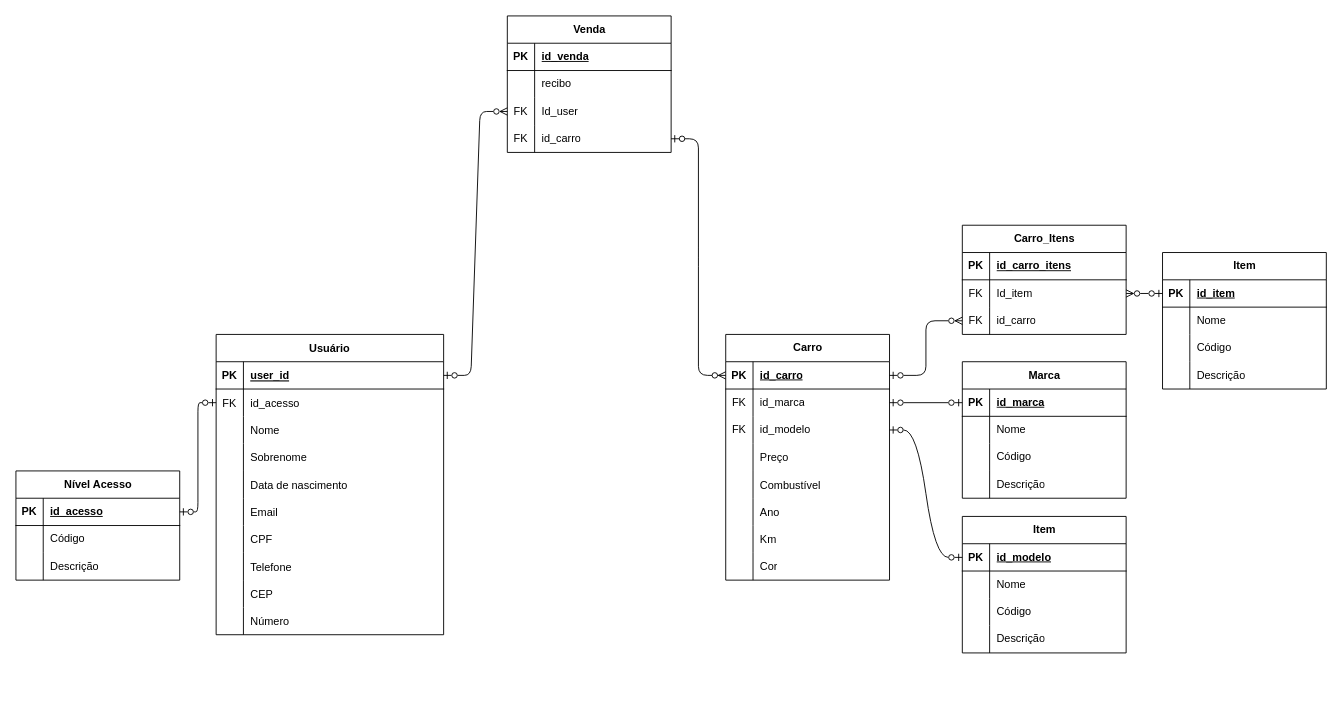
Above: database/netcar_modelo.drawio in nsx07/netcar (draw.io), before the change. Source tidied: cells renumbered, new cells numbered last; positions are measured from the earlier drawing's top-left corner, leaving out a move shared by most shapes. Both pictures are drawn from the tidied source at 91%, with x=0, y=0 at pixel (15, 15).
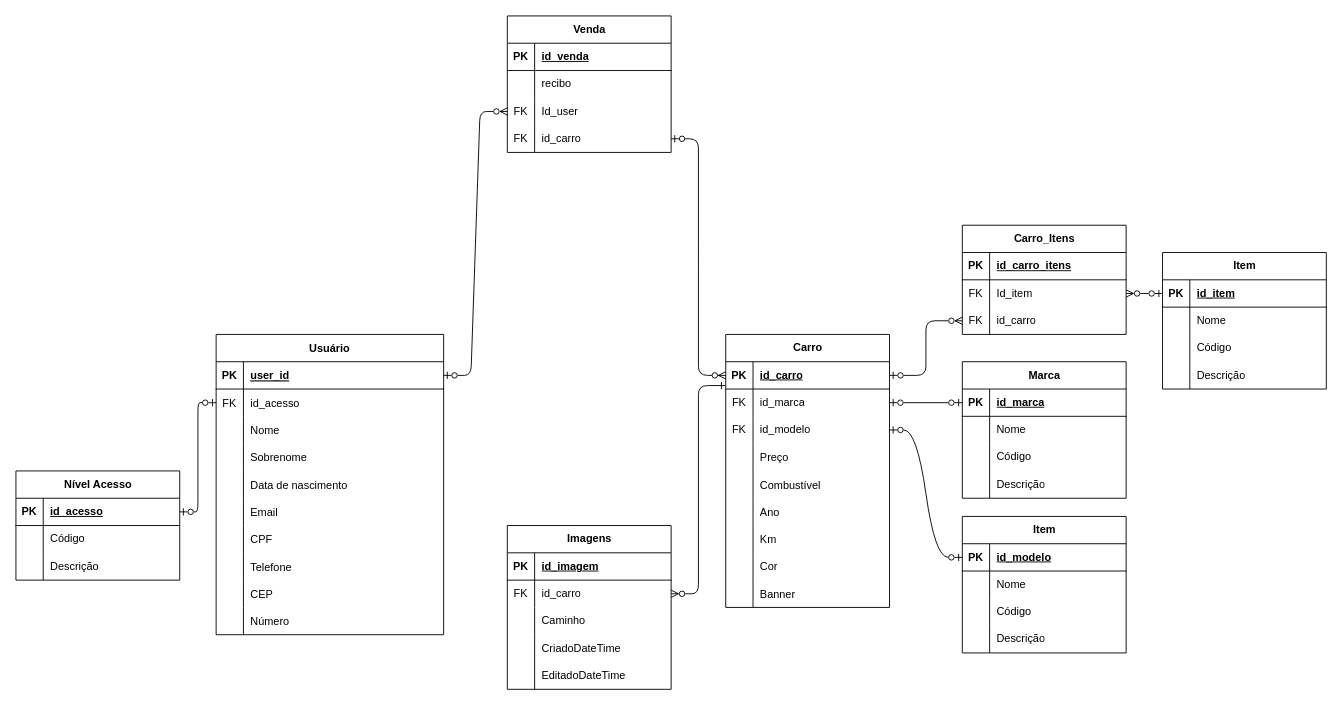
Above is the later version.

The change refers to these unchanged cells:
```xml
<mxCell id="34" style="shape=tableRow;horizontal=0;startSize=0;swimlaneHead=0;swimlaneBody=0;fillColor=none;points=[[0,0.5],[1,0.5]];portConstraint=eastwest;top=0;left=0;right=0;bottom=1;" parent="33" vertex="1">
  <mxGeometry y="30" width="180" height="30" as="geometry" />
</mxCell>
```

The edit, as a diff of the source:
```diff
@@
     <mxCell id="33" value="Carro" style="shape=table;startSize=30;childLayout=tableLayout;rowLines=0;fontStyle=1;align=center;html=1;" parent="1" vertex="1">
-      <mxGeometry x="780" y="350" width="180" height="270" as="geometry" />
+      <mxGeometry x="780" y="350" width="180" height="300" as="geometry" />
     </mxCell>
@@
+    <mxCell id="137" style="shape=tableRow;horizontal=0;startSize=0;swimlaneHead=0;swimlaneBody=0;fillColor=none;top=0;left=0;right=0;bottom=0;" parent="33" vertex="1">
+      <mxGeometry y="270" width="180" height="30" as="geometry" />
+    </mxCell>
+    <mxCell id="138" style="shape=partialRectangle;fillColor=none;top=0;left=0;bottom=0;right=0;overflow=hidden;" parent="137" vertex="1">
+      <mxGeometry width="30" height="30" as="geometry" />
+    </mxCell>
+    <mxCell id="139" value="Banner" style="shape=partialRectangle;fillColor=none;top=0;left=0;bottom=0;right=0;align=left;spacingLeft=6;overflow=hidden;" parent="137" vertex="1">
+      <mxGeometry x="30" width="150" height="30" as="geometry" />
+    </mxCell>
@@
+    <mxCell id="140" value="Imagens" style="shape=table;startSize=30;childLayout=tableLayout;rowLines=0;fontStyle=1;align=center;html=1;" parent="1" vertex="1">
+      <mxGeometry x="540" y="560" width="180" height="180" as="geometry" />
+    </mxCell>
+    <mxCell id="141" style="shape=tableRow;horizontal=0;startSize=0;swimlaneHead=0;swimlaneBody=0;fillColor=none;top=0;left=0;right=0;bottom=1;" parent="140" vertex="1">
+      <mxGeometry y="30" width="180" height="30" as="geometry" />
+    </mxCell>
+    <mxCell id="142" value="PK" style="shape=partialRectangle;fillColor=none;top=0;left=0;bottom=0;right=0;fontStyle=1;overflow=hidden;whiteSpace=wrap;html=1;" parent="141" vertex="1">
+      <mxGeometry width="30" height="30" as="geometry" />
+    </mxCell>
+    <mxCell id="143" value="id_imagem" style="shape=partialRectangle;fillColor=none;top=0;left=0;bottom=0;right=0;align=left;spacingLeft=6;fontStyle=5;overflow=hidden;whiteSpace=wrap;html=1;" parent="141" vertex="1">
+      <mxGeometry x="30" width="150" height="30" as="geometry" />
+    </mxCell>
+    <mxCell id="144" style="shape=tableRow;horizontal=0;startSize=0;swimlaneHead=0;swimlaneBody=0;fillColor=none;points=[[0,0.5],[1,0.5]];portConstraint=eastwest;top=0;left=0;right=0;bottom=0;" parent="140" vertex="1">
+      <mxGeometry y="60" width="180" height="30" as="geometry" />
+    </mxCell>
+    <mxCell id="145" value="FK" style="shape=partialRectangle;fillColor=none;top=0;left=0;bottom=0;right=0;overflow=hidden;whiteSpace=wrap;html=1;" parent="144" vertex="1">
+      <mxGeometry width="30" height="30" as="geometry" />
+    </mxCell>
+    <mxCell id="146" value="id_carro" style="shape=partialRectangle;fillColor=none;top=0;left=0;bottom=0;right=0;align=left;spacingLeft=6;overflow=hidden;whiteSpace=wrap;html=1;" parent="144" vertex="1">
+      <mxGeometry x="30" width="150" height="30" as="geometry" />
+    </mxCell>
+    <mxCell id="147" style="shape=tableRow;horizontal=0;startSize=0;swimlaneHead=0;swimlaneBody=0;fillColor=none;top=0;left=0;right=0;bottom=0;" parent="140" vertex="1">
+      <mxGeometry y="90" width="180" height="30" as="geometry" />
+    </mxCell>
+    <mxCell id="148" style="shape=partialRectangle;fillColor=none;top=0;left=0;bottom=0;right=0;overflow=hidden;whiteSpace=wrap;html=1;" parent="147" vertex="1">
+      <mxGeometry width="30" height="30" as="geometry" />
+    </mxCell>
+    <mxCell id="149" value="Caminho" style="shape=partialRectangle;fillColor=none;top=0;left=0;bottom=0;right=0;align=left;spacingLeft=6;overflow=hidden;whiteSpace=wrap;html=1;" parent="147" vertex="1">
+      <mxGeometry x="30" width="150" height="30" as="geometry" />
+    </mxCell>
+    <mxCell id="150" style="shape=tableRow;horizontal=0;startSize=0;swimlaneHead=0;swimlaneBody=0;fillColor=none;top=0;left=0;right=0;bottom=0;" parent="140" vertex="1">
+      <mxGeometry y="120" width="180" height="30" as="geometry" />
+    </mxCell>
+    <mxCell id="151" style="shape=partialRectangle;fillColor=none;top=0;left=0;bottom=0;right=0;overflow=hidden;whiteSpace=wrap;html=1;" parent="150" vertex="1">
+      <mxGeometry width="30" height="30" as="geometry" />
+    </mxCell>
+    <mxCell id="152" value="CriadoDateTime" style="shape=partialRectangle;fillColor=none;top=0;left=0;bottom=0;right=0;align=left;spacingLeft=6;overflow=hidden;whiteSpace=wrap;html=1;" parent="150" vertex="1">
+      <mxGeometry x="30" width="150" height="30" as="geometry" />
+    </mxCell>
+    <mxCell id="153" style="shape=tableRow;horizontal=0;startSize=0;swimlaneHead=0;swimlaneBody=0;fillColor=none;top=0;left=0;right=0;bottom=0;" parent="140" vertex="1">
+      <mxGeometry y="150" width="180" height="30" as="geometry" />
+    </mxCell>
+    <mxCell id="154" style="shape=partialRectangle;fillColor=none;top=0;left=0;bottom=0;right=0;overflow=hidden;whiteSpace=wrap;html=1;" parent="153" vertex="1">
+      <mxGeometry width="30" height="30" as="geometry" />
+    </mxCell>
+    <mxCell id="155" value="EditadoDateTime" style="shape=partialRectangle;fillColor=none;top=0;left=0;bottom=0;right=0;align=left;spacingLeft=6;overflow=hidden;whiteSpace=wrap;html=1;" parent="153" vertex="1">
+      <mxGeometry x="30" width="150" height="30" as="geometry" />
+    </mxCell>
+    <mxCell id="156" style="edgeStyle=orthogonalEdgeStyle;rounded=1;jettySize=auto;html=1;exitX=-0.004;exitY=0.873;exitDx=0;exitDy=0;startArrow=ERone;startFill=0;endArrow=ERzeroToMany;endFill=0;entryX=1;entryY=0.5;entryDx=0;entryDy=0;exitPerimeter=0;" parent="1" edge="1" source="34" target="144">
+      <mxGeometry relative="1" as="geometry" />
+    </mxCell>
```
